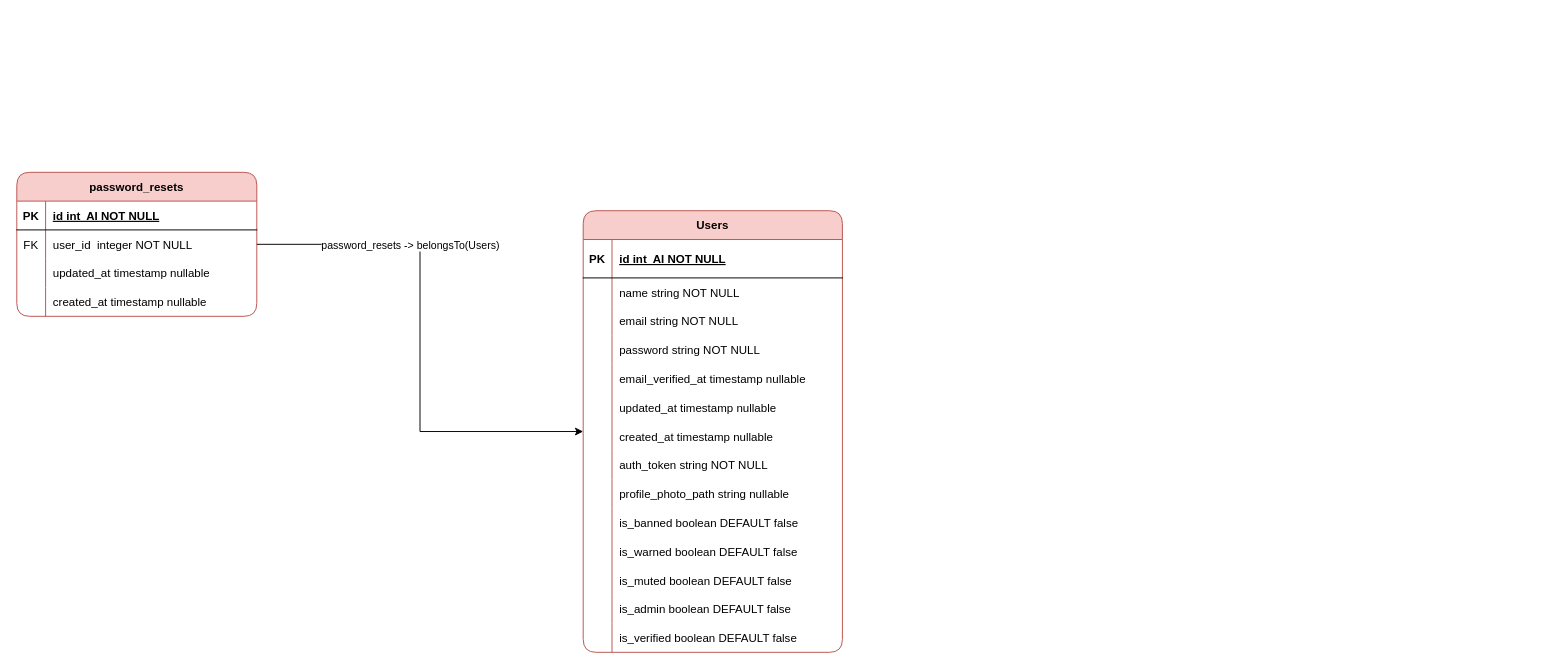
The draw.io diagram page "Users" (1 of 9) of devStorage/DatabaseModel.drawio in AndrewVozniak/WorldPath, before the edit. Source tidied: cells renumbered, new cells numbered last; positions are measured from the earlier drawing's top-left corner, leaving out a move shared by most shapes. Both pictures are drawn from the tidied source at 96%, with x=0, y=0 at pixel (16, 172).
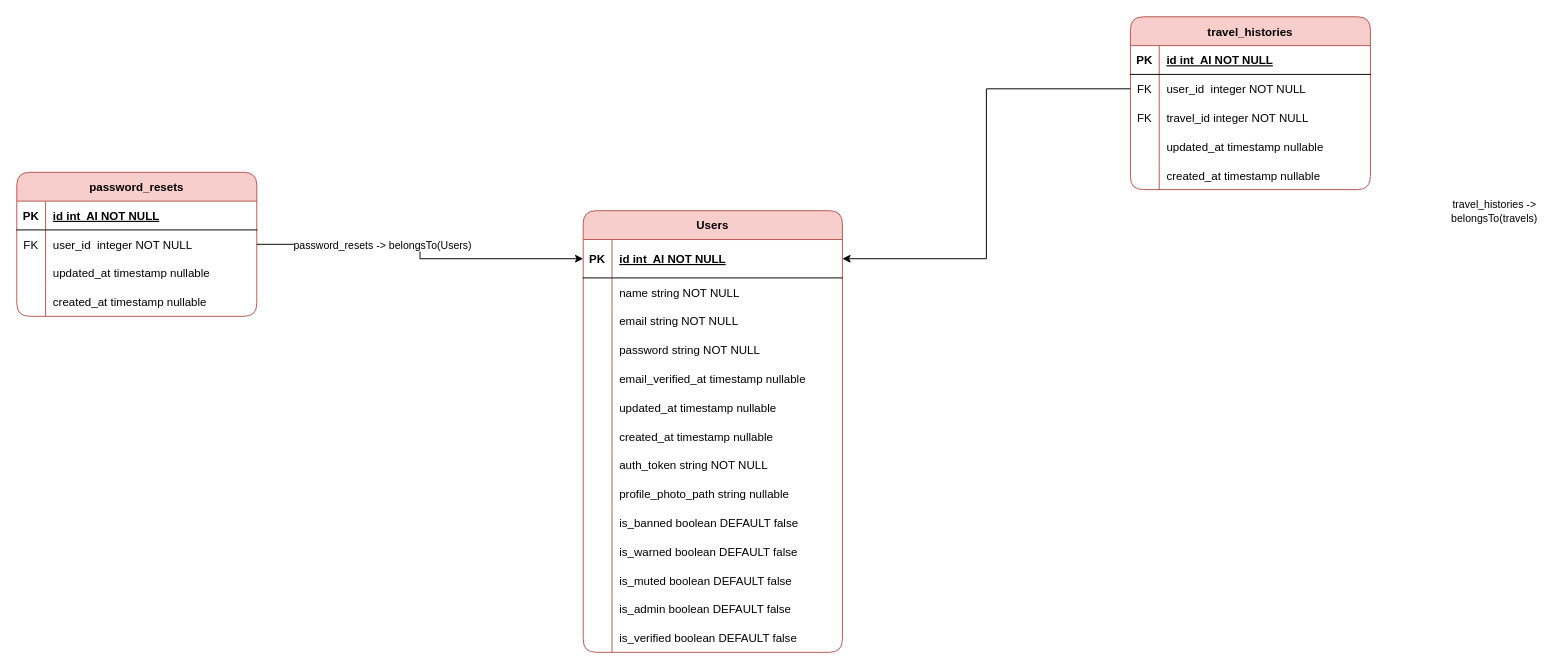
After the change.

The change refers to these unchanged cells:
```xml
<mxCell id="2" value="Users" style="shape=table;startSize=30;childLayout=tableLayout;rowLines=0;fontStyle=1;align=center;fillColor=#f8cecc;strokeColor=#b85450;rounded=1;" parent="1" vertex="1">
  <mxGeometry x="590" y="40" width="270" height="460" as="geometry" />
</mxCell>
<mxCell id="3" style="shape=partialRectangle;fillColor=none;points=[[0,0.5],[1,0.5]];portConstraint=eastwest;top=0;left=0;right=0;bottom=1;" parent="2" vertex="1">
  <mxGeometry y="30" width="270" height="40" as="geometry" />
</mxCell>
<mxCell id="49" style="shape=partialRectangle;fillColor=none;points=[[0,0.5],[1,0.5]];portConstraint=eastwest;top=0;left=0;right=0;bottom=0;" parent="45" vertex="1">
  <mxGeometry y="60" width="250" height="30" as="geometry" />
</mxCell>
```

Change to the diagram source:
```diff
@@
-    <mxCell id="58" style="edgeStyle=orthogonalEdgeStyle;rounded=0;jettySize=auto;html=1;exitX=1;exitY=0.5;exitDx=0;exitDy=0;" parent="1" edge="1" source="49" target="2">
+    <mxCell id="58" style="edgeStyle=orthogonalEdgeStyle;rounded=0;jettySize=auto;html=1;exitX=1;exitY=0.5;exitDx=0;exitDy=0;" parent="1" edge="1" source="49" target="3">
       <mxGeometry relative="1" as="geometry" />
     </mxCell>
@@
+    <mxCell id="60" value="travel_histories" style="shape=table;startSize=30;childLayout=tableLayout;rowLines=0;fontStyle=1;align=center;fillColor=#f8cecc;strokeColor=#b85450;rounded=1;" parent="1" vertex="1">
+      <mxGeometry x="1160" y="-162" width="250" height="180" as="geometry" />
+    </mxCell>
+    <mxCell id="61" style="shape=partialRectangle;fillColor=none;top=0;left=0;right=0;bottom=1;" parent="60" vertex="1">
+      <mxGeometry y="30" width="250" height="30" as="geometry" />
+    </mxCell>
+    <mxCell id="62" value="PK" style="shape=partialRectangle;overflow=hidden;fillColor=none;top=0;left=0;bottom=0;right=0;fontStyle=1;" parent="61" vertex="1">
+      <mxGeometry width="30" height="30" as="geometry" />
+    </mxCell>
+    <mxCell id="63" value="id int  AI NOT NULL " style="shape=partialRectangle;overflow=hidden;fillColor=none;top=0;left=0;bottom=0;right=0;align=left;spacingLeft=6;fontStyle=5;" parent="61" vertex="1">
+      <mxGeometry x="30" width="220" height="30" as="geometry" />
+    </mxCell>
+    <mxCell id="64" style="shape=partialRectangle;fillColor=none;points=[[0,0.5],[1,0.5]];portConstraint=eastwest;top=0;left=0;right=0;bottom=0;" parent="60" vertex="1">
+      <mxGeometry y="60" width="250" height="30" as="geometry" />
+    </mxCell>
+    <mxCell id="65" value="FK" style="shape=partialRectangle;overflow=hidden;fillColor=none;top=0;left=0;bottom=0;right=0;" parent="64" vertex="1">
+      <mxGeometry width="30" height="30" as="geometry" />
+    </mxCell>
+    <mxCell id="66" value="user_id  integer NOT NULL" style="shape=partialRectangle;overflow=hidden;fillColor=none;top=0;left=0;bottom=0;right=0;align=left;spacingLeft=6;" parent="64" vertex="1">
+      <mxGeometry x="30" width="220" height="30" as="geometry" />
+    </mxCell>
+    <mxCell id="67" style="shape=partialRectangle;fillColor=none;top=0;left=0;right=0;bottom=0;" parent="60" vertex="1">
+      <mxGeometry y="90" width="250" height="30" as="geometry" />
+    </mxCell>
+    <mxCell id="68" value="FK" style="shape=partialRectangle;overflow=hidden;fillColor=none;top=0;left=0;bottom=0;right=0;" parent="67" vertex="1">
+      <mxGeometry width="30" height="30" as="geometry" />
+    </mxCell>
+    <mxCell id="69" value="travel_id integer NOT NULL" style="shape=partialRectangle;overflow=hidden;fillColor=none;top=0;left=0;bottom=0;right=0;align=left;spacingLeft=6;" parent="67" vertex="1">
+      <mxGeometry x="30" width="220" height="30" as="geometry" />
+    </mxCell>
+    <mxCell id="70" style="shape=partialRectangle;fillColor=none;top=0;left=0;right=0;bottom=0;" parent="60" vertex="1">
+      <mxGeometry y="120" width="250" height="30" as="geometry" />
+    </mxCell>
+    <mxCell id="71" style="shape=partialRectangle;overflow=hidden;fillColor=none;top=0;left=0;bottom=0;right=0;" parent="70" vertex="1">
+      <mxGeometry width="30" height="30" as="geometry" />
+    </mxCell>
+    <mxCell id="72" value="updated_at timestamp nullable" style="shape=partialRectangle;overflow=hidden;fillColor=none;top=0;left=0;bottom=0;right=0;align=left;spacingLeft=6;" parent="70" vertex="1">
+      <mxGeometry x="30" width="220" height="30" as="geometry" />
+    </mxCell>
+    <mxCell id="73" style="shape=partialRectangle;fillColor=none;top=0;left=0;right=0;bottom=0;" parent="60" vertex="1">
+      <mxGeometry y="150" width="250" height="30" as="geometry" />
+    </mxCell>
+    <mxCell id="74" style="shape=partialRectangle;overflow=hidden;fillColor=none;top=0;left=0;bottom=0;right=0;" parent="73" vertex="1">
+      <mxGeometry width="30" height="30" as="geometry" />
+    </mxCell>
+    <mxCell id="75" value="created_at timestamp nullable" style="shape=partialRectangle;overflow=hidden;fillColor=none;top=0;left=0;bottom=0;right=0;align=left;spacingLeft=6;" parent="73" vertex="1">
+      <mxGeometry x="30" width="220" height="30" as="geometry" />
+    </mxCell>
+    <mxCell id="76" value="travel_histories -&amp;gt;&lt;br&gt;belongsTo(travels)" style="edgeLabel;html=1;align=center;verticalAlign=middle;" parent="1" vertex="1">
+      <mxGeometry x="1538" y="40" as="geometry" />
+    </mxCell>
+    <mxCell id="77" style="edgeStyle=orthogonalEdgeStyle;rounded=0;jettySize=auto;html=1;exitX=0;exitY=0.5;exitDx=0;exitDy=0;" parent="1" edge="1" source="64" target="3">
+      <mxGeometry relative="1" as="geometry" />
+    </mxCell>
```
